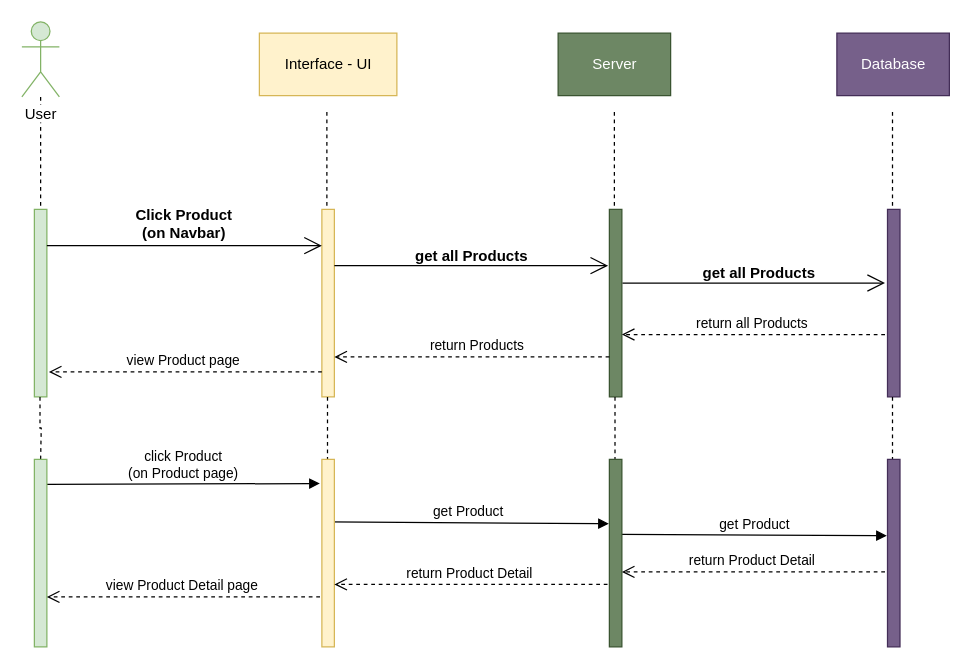
The draw.io diagram page "Product" (2 of 9) of Guest-sequence.drawio in duyphuong403/PetCare, before the edit. Source tidied: cells renumbered, new cells numbered last; positions are measured from the earlier drawing's top-left corner, leaving out a move shared by most shapes. Both pictures are drawn from the tidied source at 125%, with x=0, y=0 at pixel (21, 21).
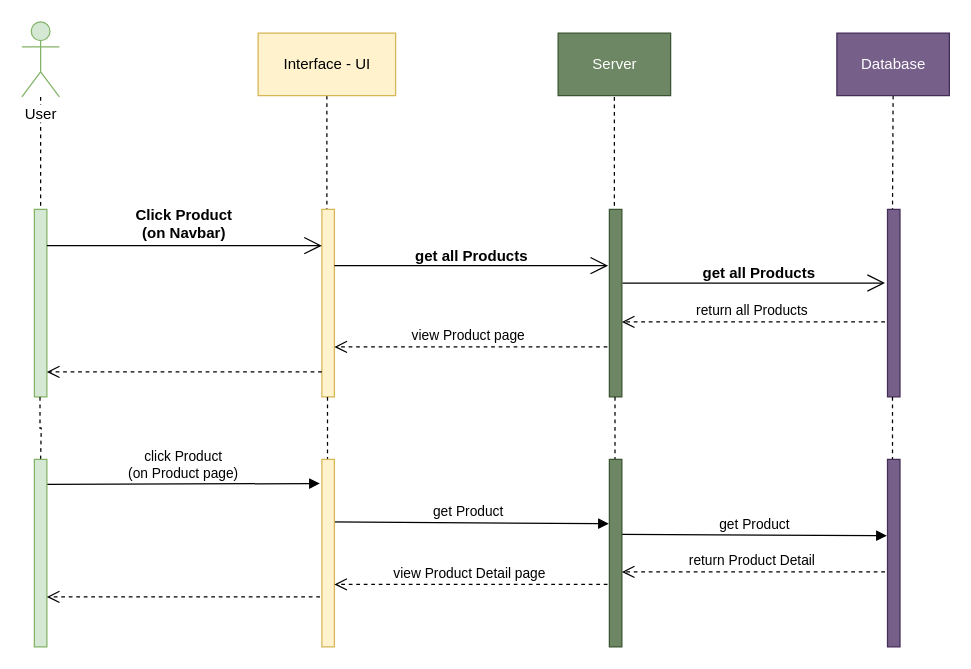
Above is the later version.

The change refers to these unchanged cells:
```xml
<mxCell id="7" style="html=1;points=[];perimeter=orthogonalPerimeter;fillColor=#fff2cc;strokeColor=#d6b656;" parent="1" vertex="1">
  <mxGeometry x="240" y="150" width="10" height="150" as="geometry" />
</mxCell>
<mxCell id="12" style="html=1;points=[];perimeter=orthogonalPerimeter;fillColor=#6d8764;strokeColor=#3A5431;fontColor=#ffffff;" parent="1" vertex="1">
  <mxGeometry x="470" y="150" width="10" height="150" as="geometry" />
</mxCell>
<mxCell id="16" value="Database" style="html=1;fillColor=#76608a;strokeColor=#432D57;verticalAlign=middle;fontColor=#ffffff;" parent="1" vertex="1">
  <mxGeometry x="652" y="9" width="90" height="50" as="geometry" />
</mxCell>
<mxCell id="32" style="html=1;points=[];perimeter=orthogonalPerimeter;fillColor=#fff2cc;strokeColor=#d6b656;" parent="1" vertex="1">
  <mxGeometry x="240" y="350" width="10" height="150" as="geometry" />
</mxCell>
```

Diff of the diagram source:
```diff
@@
-    <mxCell id="5" style="edgeStyle=orthogonalEdgeStyle;rounded=0;orthogonalLoop=1;jettySize=auto;html=1;dashed=1;endArrow=none;endFill=0;" parent="1" edge="1">
+    <mxCell id="5" style="edgeStyle=orthogonalEdgeStyle;rounded=0;jettySize=auto;html=1;dashed=1;endArrow=none;endFill=0;exitX=0.5;exitY=1;exitDx=0;exitDy=0;" parent="1" edge="1" source="6">
       <mxGeometry relative="1" as="geometry">
-        <mxPoint x="244" y="72" as="sourcePoint" />
         <mxPoint x="244" y="152" as="targetPoint" />
       </mxGeometry>
     </mxCell>
     <mxCell id="6" value="Interface - UI" style="html=1;fillColor=#fff2cc;strokeColor=#d6b656;" parent="1" vertex="1">
-      <mxGeometry x="190" y="9" width="110" height="50" as="geometry" />
+      <mxGeometry x="189" y="9" width="110" height="50" as="geometry" />
     </mxCell>
@@
     <mxCell id="11" style="edgeStyle=orthogonalEdgeStyle;rounded=0;orthogonalLoop=1;jettySize=auto;html=1;dashed=1;endArrow=none;endFill=0;fillColor=#dae8fc;strokeColor=#000000;" parent="1" edge="1">
       <mxGeometry relative="1" as="geometry">
-        <mxPoint x="474" y="72" as="sourcePoint" />
+        <mxPoint x="474" y="60" as="sourcePoint" />
         <mxPoint x="474" y="152" as="targetPoint" />
       </mxGeometry>
     </mxCell>
@@
-    <mxCell id="14" style="edgeStyle=orthogonalEdgeStyle;rounded=0;orthogonalLoop=1;jettySize=auto;html=1;dashed=1;endArrow=none;endFill=0;fillColor=#dae8fc;strokeColor=#000000;" parent="1" edge="1">
+    <mxCell id="14" style="edgeStyle=orthogonalEdgeStyle;rounded=0;jettySize=auto;html=1;dashed=1;endArrow=none;endFill=0;fillColor=#dae8fc;strokeColor=#000000;exitX=0.5;exitY=1;exitDx=0;exitDy=0;" parent="1" edge="1" source="16">
       <mxGeometry relative="1" as="geometry">
-        <mxPoint x="696.5" y="72" as="sourcePoint" />
         <mxPoint x="696.5" y="152" as="targetPoint" />
       </mxGeometry>
     </mxCell>
@@
-    <mxCell id="20" value="return all Products" style="html=1;verticalAlign=bottom;endArrow=open;dashed=1;endSize=8;strokeColor=#000000;" parent="1" edge="1" target="12">
+    <mxCell id="20" value="return all Products" style="html=1;verticalAlign=bottom;endArrow=open;dashed=1;endSize=8;strokeColor=#000000;" parent="1" edge="1">
       <mxGeometry x="0.02" relative="1" as="geometry">
-        <mxPoint x="690.5" y="250.1" as="sourcePoint" />
+        <mxPoint x="690.5" y="240" as="sourcePoint" />
+        <mxPoint x="480" y="240" as="targetPoint" />
       </mxGeometry>
     </mxCell>
-    <mxCell id="21" value="return Products" style="html=1;verticalAlign=bottom;endArrow=open;dashed=1;endSize=8;strokeColor=#000000;" parent="1" edge="1" target="7">
+    <mxCell id="21" style="html=1;verticalAlign=bottom;endArrow=open;dashed=1;endSize=8;strokeColor=#000000;" parent="1" edge="1">
       <mxGeometry x="-0.04" relative="1" as="geometry">
-        <mxPoint x="470" y="268" as="sourcePoint" />
+        <mxPoint x="240" y="280" as="sourcePoint" />
+        <mxPoint x="20" y="280" as="targetPoint" />
       </mxGeometry>
     </mxCell>
     <mxCell id="22" value="view Product page" style="html=1;verticalAlign=bottom;endArrow=open;dashed=1;endSize=8;strokeColor=#000000;exitX=-0.16;exitY=0.388;exitDx=0;exitDy=0;exitPerimeter=0;" parent="1" edge="1">
       <mxGeometry x="0.02" relative="1" as="geometry">
-        <mxPoint x="240" y="280" as="sourcePoint" />
-        <mxPoint x="21.6" y="280" as="targetPoint" />
+        <mxPoint x="468.4" y="260" as="sourcePoint" />
+        <mxPoint x="250" y="260" as="targetPoint" />
       </mxGeometry>
     </mxCell>
@@
-    <mxCell id="35" value="return Product Detail" style="html=1;verticalAlign=bottom;endArrow=open;dashed=1;endSize=8;strokeColor=#000000;" parent="1" edge="1" target="32">
+    <mxCell id="35" value="view Product Detail page" style="html=1;verticalAlign=bottom;endArrow=open;dashed=1;endSize=8;strokeColor=#000000;" parent="1" edge="1" target="32">
       <mxGeometry x="0.02" relative="1" as="geometry">
         <mxPoint x="468.5" y="450" as="sourcePoint" />
       </mxGeometry>
     </mxCell>
-    <mxCell id="36" value="view Product Detail page" style="html=1;verticalAlign=bottom;endArrow=open;dashed=1;endSize=8;strokeColor=#000000;" parent="1" edge="1">
+    <mxCell id="36" style="html=1;verticalAlign=bottom;endArrow=open;dashed=1;endSize=8;strokeColor=#000000;" parent="1" edge="1">
       <mxGeometry x="0.02" relative="1" as="geometry">
         <mxPoint x="238.5" y="460" as="sourcePoint" />
         <mxPoint x="20" y="460" as="targetPoint" />
       </mxGeometry>
     </mxCell>
```
